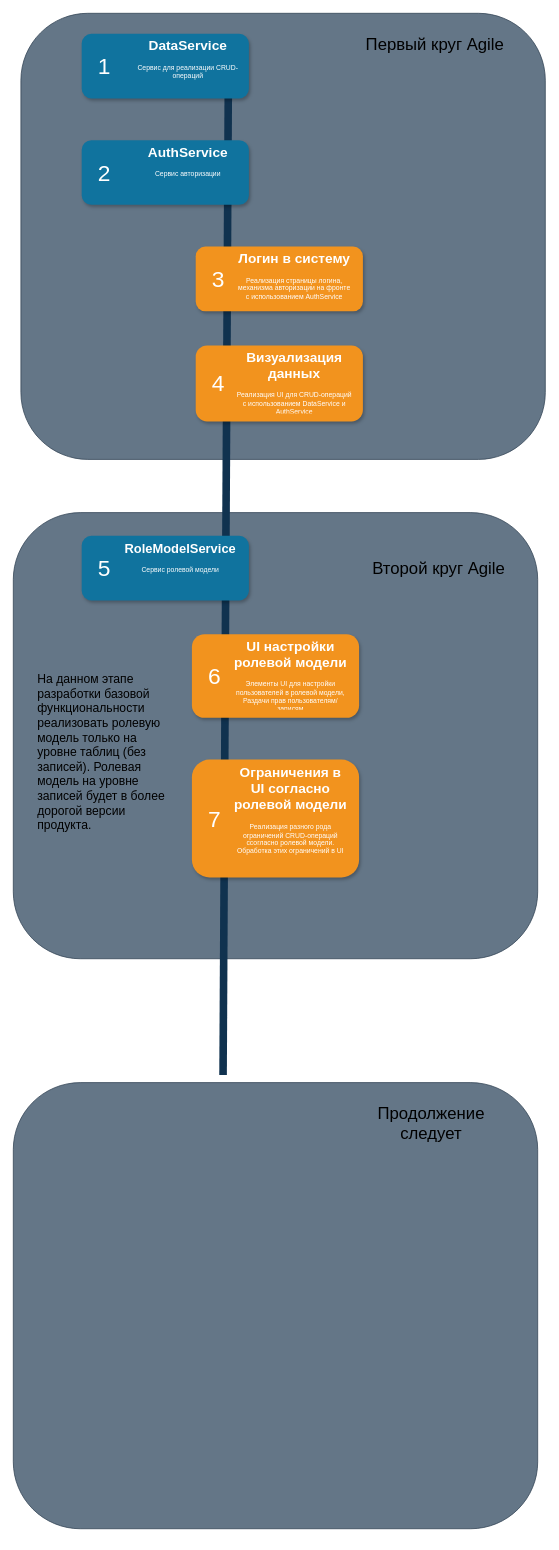
Earlier version of the draw.io diagram Roadmap.drawio (Zzzaikin/Inflow). Source tidied: cells renumbered, new cells numbered last; positions are measured from the earlier drawing's top-left corner, leaving out a move shared by most shapes. Both pictures are drawn from the tidied source at 76%, with x=0, y=0 at pixel (13, 13).
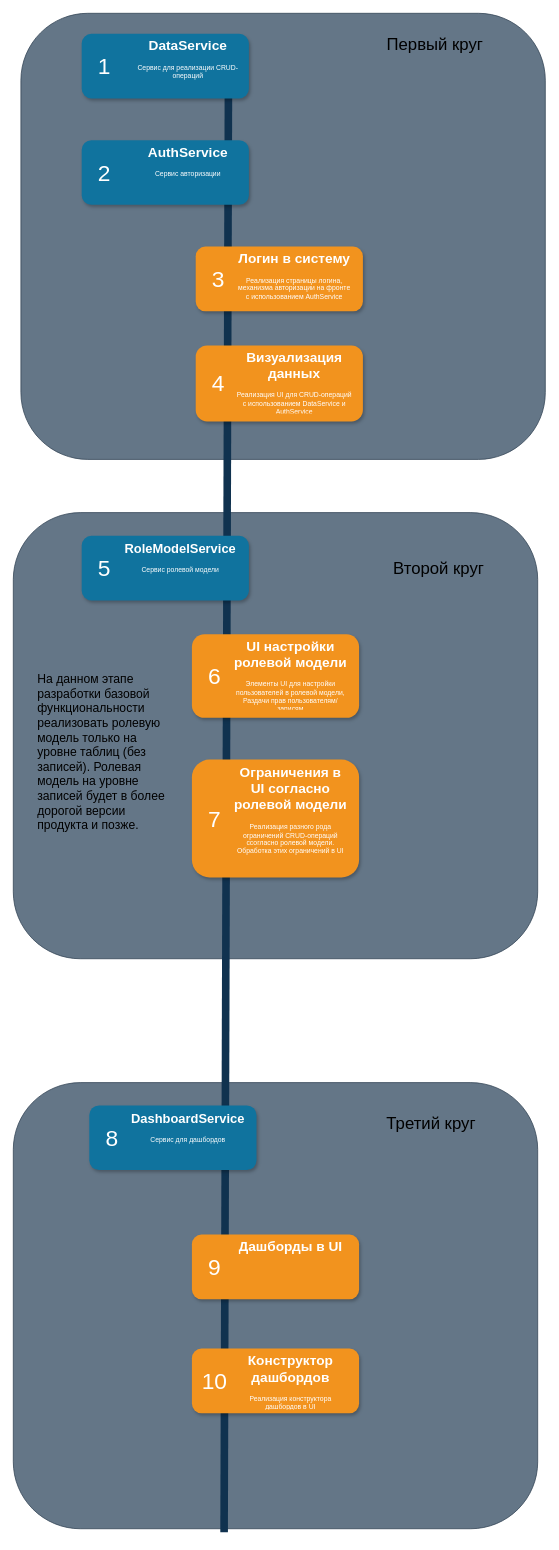
The same diagram, later.

Commit message (it also covers changes not shown here):
Correct readme and Roadmap

Unchanged cells that the change refers to:
```xml
<mxCell id="28" value="&lt;h1&gt;DataService&lt;/h1&gt;&lt;div&gt;Сервис для реализации CRUD-операций&lt;/div&gt;" style="text;html=1;spacing=5;spacingTop=-20;whiteSpace=wrap;overflow=hidden;strokeColor=none;strokeWidth=4;fillColor=none;gradientColor=#007FFF;fontSize=9;fontColor=#FFFFFF;align=center;" parent="1" vertex="1">
  <mxGeometry x="150" y="31" width="160" height="77" as="geometry" />
</mxCell>
```

Diff of the diagram source:
```diff
@@
+    <mxCell id="29" style="rounded=1;whiteSpace=wrap;html=1;fillColor=#647687;strokeColor=#314354;fontColor=#ffffff;" parent="1" vertex="1">
+      <mxGeometry y="1407" width="690" height="587" as="geometry" />
+    </mxCell>
@@
-    <mxCell id="4" value="&lt;span style=&quot;font-size: 22px&quot;&gt;Первый круг Agile&lt;/span&gt;" style="text;html=1;strokeColor=none;fillColor=none;align=center;verticalAlign=middle;whiteSpace=wrap;rounded=0;" parent="1" vertex="1">
+    <mxCell id="4" value="&lt;span style=&quot;font-size: 22px&quot;&gt;Первый круг&lt;/span&gt;" style="text;html=1;strokeColor=none;fillColor=none;align=center;verticalAlign=middle;whiteSpace=wrap;rounded=0;" parent="1" vertex="1">
       <mxGeometry x="460" y="27" width="190" height="30" as="geometry" />
     </mxCell>
-    <mxCell id="5" value="&lt;span style=&quot;font-size: 22px&quot;&gt;Второй круг Agile&lt;/span&gt;" style="text;html=1;strokeColor=none;fillColor=none;align=center;verticalAlign=middle;whiteSpace=wrap;rounded=0;" parent="1" vertex="1">
+    <mxCell id="5" value="&lt;span style=&quot;font-size: 22px&quot;&gt;Второй круг&lt;/span&gt;" style="text;html=1;strokeColor=none;fillColor=none;align=center;verticalAlign=middle;whiteSpace=wrap;rounded=0;" parent="1" vertex="1">
       <mxGeometry x="470" y="716.5" width="180" height="28" as="geometry" />
     </mxCell>
-    <mxCell id="6" value="&lt;div&gt;&lt;span style=&quot;font-size: 16px&quot;&gt;На данном этапе разработки базовой функциональности реализовать ролевую модель только на уровне таблиц (без записей). Ролевая модель на уровне записей будет в более дорогой версии продукта.&lt;/span&gt;&lt;/div&gt;" style="text;html=1;strokeColor=none;fillColor=none;align=left;verticalAlign=middle;whiteSpace=wrap;rounded=0;" parent="1" vertex="1">
+    <mxCell id="6" value="&lt;div&gt;&lt;span style=&quot;font-size: 16px&quot;&gt;На данном этапе разработки базовой функциональности реализовать ролевую модель только на уровне таблиц (без записей). Ролевая модель на уровне записей будет в более дорогой версии продукта и позже.&lt;/span&gt;&lt;/div&gt;" style="text;html=1;strokeColor=none;fillColor=none;align=left;verticalAlign=middle;whiteSpace=wrap;rounded=0;" parent="1" vertex="1">
       <mxGeometry x="30" y="807" width="170" height="330" as="geometry" />
     </mxCell>
-    <mxCell id="7" style="endArrow=none;html=1;strokeWidth=10;fillColor=#6d8764;strokeColor=#10324F;entryX=0.833;entryY=-0.047;entryDx=0;entryDy=0;entryPerimeter=0;" parent="1" edge="1" target="28">
-      <mxGeometry relative="1" as="geometry">
-        <mxPoint x="276" y="1397" as="sourcePoint" />
-      </mxGeometry>
+    <mxCell id="7" style="endArrow=none;html=1;strokeWidth=10;fillColor=#6d8764;strokeColor=#10324F;entryX=0.833;entryY=-0.047;entryDx=0;entryDy=0;entryPerimeter=0;exitX=0.402;exitY=1.008;exitDx=0;exitDy=0;exitPerimeter=0;" parent="1" edge="1" source="29" target="28">
+      <mxGeometry relative="1" as="geometry" />
     </mxCell>
@@
-    <mxCell id="29" style="rounded=1;whiteSpace=wrap;html=1;fillColor=#647687;strokeColor=#314354;fontColor=#ffffff;" parent="1" vertex="1">
-      <mxGeometry y="1407" width="690" height="587" as="geometry" />
-    </mxCell>
-    <mxCell id="30" value="&lt;span style=&quot;font-size: 22px&quot;&gt;Продолжение следует&lt;/span&gt;" style="text;html=1;strokeColor=none;fillColor=none;align=center;verticalAlign=middle;whiteSpace=wrap;rounded=0;" parent="1" vertex="1">
+    <mxCell id="30" value="&lt;span style=&quot;font-size: 22px&quot;&gt;Третий круг&lt;/span&gt;" style="text;html=1;strokeColor=none;fillColor=none;align=center;verticalAlign=middle;whiteSpace=wrap;rounded=0;" parent="1" vertex="1">
       <mxGeometry x="460" y="1447" width="180" height="28" as="geometry" />
     </mxCell>
+    <mxCell id="31" style="rounded=1;whiteSpace=wrap;html=1;strokeColor=none;strokeWidth=1;fillColor=#10739E;fontSize=13;fontColor=#FFFFFF;align=center;gradientColor=none;gradientDirection=east;verticalAlign=top;shadow=1;" parent="1" vertex="1">
+      <mxGeometry x="100" y="1437" width="220" height="85" as="geometry" />
+    </mxCell>
+    <mxCell id="32" value="8" style="text;html=1;strokeColor=none;fillColor=none;align=center;verticalAlign=middle;whiteSpace=wrap;fontSize=30;fontColor=#FFFFFF;" parent="1" vertex="1">
+      <mxGeometry x="110" y="1469.5" width="40" height="20" as="geometry" />
+    </mxCell>
+    <mxCell id="33" value="&lt;h1&gt;&lt;span style=&quot;font-size: 17px&quot;&gt;DashboardService&lt;/span&gt;&lt;/h1&gt;&lt;div&gt;Сервис для дашбордов&lt;/div&gt;" style="text;html=1;spacing=5;spacingTop=-20;whiteSpace=wrap;overflow=hidden;strokeColor=none;strokeWidth=4;fillColor=none;gradientColor=#007FFF;fontSize=9;fontColor=#FFFFFF;align=center;" parent="1" vertex="1">
+      <mxGeometry x="150" y="1441.5" width="160" height="77" as="geometry" />
+    </mxCell>
+    <mxCell id="34" style="rounded=1;whiteSpace=wrap;html=1;strokeColor=none;strokeWidth=1;fillColor=#F2931E;fontSize=13;fontColor=#FFFFFF;align=center;gradientColor=none;gradientDirection=east;verticalAlign=top;shadow=1;" parent="1" vertex="1">
+      <mxGeometry x="235" y="1757" width="220" height="85" as="geometry" />
+    </mxCell>
+    <mxCell id="35" value="10" style="text;html=1;strokeColor=none;fillColor=none;align=center;verticalAlign=middle;whiteSpace=wrap;fontSize=30;fontColor=#FFFFFF;" parent="1" vertex="1">
+      <mxGeometry x="245" y="1790" width="40" height="20" as="geometry" />
+    </mxCell>
+    <mxCell id="36" value="&lt;h1&gt;Конструктор дашбордов&lt;/h1&gt;&lt;div&gt;Реализация конструктора дашбордов в UI&lt;/div&gt;" style="text;html=1;spacing=5;spacingTop=-20;whiteSpace=wrap;overflow=hidden;strokeColor=none;strokeWidth=4;fillColor=none;gradientColor=#007FFF;fontSize=9;fontColor=#FFFFFF;align=center;" parent="1" vertex="1">
+      <mxGeometry x="285" y="1761" width="160" height="77" as="geometry" />
+    </mxCell>
+    <mxCell id="37" style="rounded=1;whiteSpace=wrap;html=1;strokeColor=none;strokeWidth=1;fillColor=#F2931E;fontSize=13;fontColor=#FFFFFF;align=center;gradientColor=none;gradientDirection=east;verticalAlign=top;shadow=1;" parent="1" vertex="1">
+      <mxGeometry x="235" y="1607" width="220" height="85" as="geometry" />
+    </mxCell>
+    <mxCell id="38" value="9" style="text;html=1;strokeColor=none;fillColor=none;align=center;verticalAlign=middle;whiteSpace=wrap;fontSize=30;fontColor=#FFFFFF;" parent="1" vertex="1">
+      <mxGeometry x="245" y="1640" width="40" height="20" as="geometry" />
+    </mxCell>
+    <mxCell id="39" value="&lt;h1&gt;Дашборды в UI&lt;/h1&gt;" style="text;html=1;spacing=5;spacingTop=-20;whiteSpace=wrap;overflow=hidden;strokeColor=none;strokeWidth=4;fillColor=none;gradientColor=#007FFF;fontSize=9;fontColor=#FFFFFF;align=center;" parent="1" vertex="1">
+      <mxGeometry x="285" y="1611" width="160" height="77" as="geometry" />
+    </mxCell>
```
